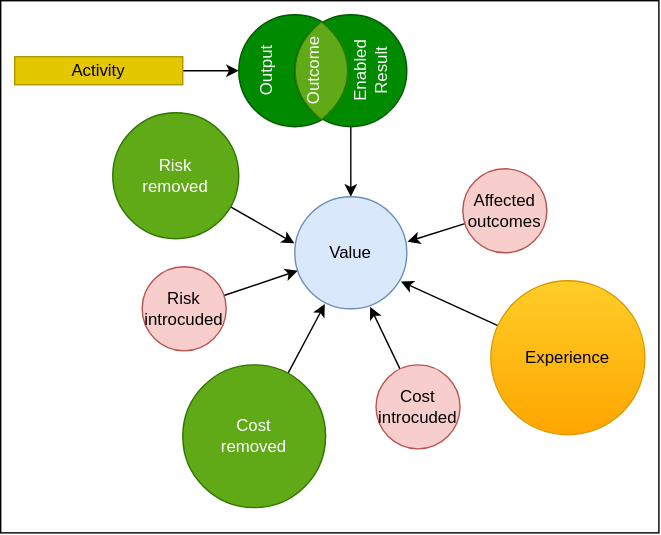
Before: 02. Service Management/Images/ITIL_Output_Outcome_Value.svg, a diagram exported from draw.io (EnProxima/Experience). Source tidied: cells renumbered, new cells last; positions are measured from the earlier drawing's top-left corner, leaving out a move shared by most shapes. The source it was exported from:
```xml
<mxGraphModel>
  <root>
    <mxCell id="0" />
    <mxCell id="1" parent="0" />
    <mxCell id="2" style="rounded=0;whiteSpace=wrap;html=1;fontColor=#FFFFFF;gradientColor=none;" parent="1" vertex="1">
      <mxGeometry width="470" height="380" as="geometry" />
    </mxCell>
    <mxCell id="3" style="edgeStyle=orthogonalEdgeStyle;rounded=0;jettySize=auto;html=1;" parent="1" edge="1" source="4">
      <mxGeometry relative="1" as="geometry">
        <mxPoint x="170" y="50" as="targetPoint" />
      </mxGeometry>
    </mxCell>
    <mxCell id="4" value="Activity" style="rounded=0;whiteSpace=wrap;html=1;fillColor=#e3c800;strokeColor=#B09500;fontColor=#000000;" parent="1" vertex="1">
      <mxGeometry x="10" y="40" width="120" height="20" as="geometry" />
    </mxCell>
    <mxCell id="5" style="ellipse;whiteSpace=wrap;html=1;fillColor=#008a00;strokeColor=#005700;fontColor=#ffffff;" parent="1" vertex="1">
      <mxGeometry x="170" y="10" width="80" height="80" as="geometry" />
    </mxCell>
    <mxCell id="6" style="edgeStyle=orthogonalEdgeStyle;rounded=0;jettySize=auto;html=1;exitX=0.5;exitY=1;exitDx=0;exitDy=0;entryX=0.5;entryY=0;entryDx=0;entryDy=0;" parent="1" edge="1" source="7" target="12">
      <mxGeometry relative="1" as="geometry" />
    </mxCell>
    <mxCell id="7" style="ellipse;whiteSpace=wrap;html=1;fillColor=#008a00;strokeColor=#005700;fontColor=#ffffff;" parent="1" vertex="1">
      <mxGeometry x="210" y="10" width="80" height="80" as="geometry" />
    </mxCell>
    <mxCell id="8" style="whiteSpace=wrap;html=1;shape=mxgraph.basic.pointed_oval;fillColor=#60a917;strokeColor=#2D7600;fontColor=#ffffff;" parent="1" vertex="1">
      <mxGeometry x="204" y="15" width="50" height="70" as="geometry" />
    </mxCell>
    <mxCell id="9" value="Output" style="text;html=1;align=center;verticalAlign=middle;whiteSpace=wrap;rounded=0;rotation=-90;fontColor=#FFFFFF;" parent="1" vertex="1">
      <mxGeometry x="170" y="40" width="40" height="20" as="geometry" />
    </mxCell>
    <mxCell id="10" value="Outcome" style="text;html=1;align=center;verticalAlign=middle;whiteSpace=wrap;rounded=0;rotation=-90;fontColor=#FFFFFF;" parent="1" vertex="1">
      <mxGeometry x="204" y="40" width="40" height="20" as="geometry" />
    </mxCell>
    <mxCell id="11" value="Enabled Result" style="text;html=1;align=center;verticalAlign=middle;whiteSpace=wrap;rounded=0;rotation=-90;fontColor=#FFFFFF;" parent="1" vertex="1">
      <mxGeometry x="244" y="40" width="40" height="20" as="geometry" />
    </mxCell>
    <mxCell id="12" value="Value" style="ellipse;whiteSpace=wrap;html=1;fillColor=#dae8fc;strokeColor=#6c8ebf;" parent="1" vertex="1">
      <mxGeometry x="210" y="140" width="80" height="80" as="geometry" />
    </mxCell>
    <mxCell id="13" style="edgeStyle=none;rounded=0;jettySize=auto;html=1;entryX=-0.004;entryY=0.415;entryDx=0;entryDy=0;entryPerimeter=0;" parent="1" edge="1" source="14" target="12">
      <mxGeometry relative="1" as="geometry" />
    </mxCell>
    <mxCell id="14" value="Risk &lt;br&gt;removed" style="ellipse;whiteSpace=wrap;html=1;fillColor=#60a917;strokeColor=#2D7600;fontColor=#ffffff;" parent="1" vertex="1">
      <mxGeometry x="80" y="80" width="90" height="90" as="geometry" />
    </mxCell>
    <mxCell id="15" style="edgeStyle=none;rounded=0;jettySize=auto;html=1;" parent="1" edge="1" source="16" target="12">
      <mxGeometry relative="1" as="geometry" />
    </mxCell>
    <mxCell id="16" value="Risk &lt;br&gt;introcuded" style="ellipse;whiteSpace=wrap;html=1;fillColor=#f8cecc;strokeColor=#b85450;" parent="1" vertex="1">
      <mxGeometry x="101" y="190" width="60" height="60" as="geometry" />
    </mxCell>
    <mxCell id="17" style="edgeStyle=none;rounded=0;jettySize=auto;html=1;entryX=0.673;entryY=0.982;entryDx=0;entryDy=0;entryPerimeter=0;" parent="1" edge="1" source="18" target="12">
      <mxGeometry relative="1" as="geometry" />
    </mxCell>
    <mxCell id="18" value="Cost&lt;br&gt;introcuded" style="ellipse;whiteSpace=wrap;html=1;fillColor=#f8cecc;strokeColor=#b85450;" parent="1" vertex="1">
      <mxGeometry x="268" y="260" width="60" height="60" as="geometry" />
    </mxCell>
    <mxCell id="19" style="edgeStyle=none;rounded=0;jettySize=auto;html=1;entryX=0.268;entryY=0.958;entryDx=0;entryDy=0;entryPerimeter=0;" parent="1" edge="1" source="20" target="12">
      <mxGeometry relative="1" as="geometry" />
    </mxCell>
    <mxCell id="20" value="Cost&lt;br&gt;removed" style="ellipse;whiteSpace=wrap;html=1;fillColor=#60a917;strokeColor=#2D7600;fontColor=#ffffff;" parent="1" vertex="1">
      <mxGeometry x="130" y="260" width="102" height="102" as="geometry" />
    </mxCell>
    <mxCell id="21" style="edgeStyle=none;rounded=0;jettySize=auto;html=1;entryX=1.006;entryY=0.401;entryDx=0;entryDy=0;entryPerimeter=0;" parent="1" edge="1" source="22" target="12">
      <mxGeometry relative="1" as="geometry" />
    </mxCell>
    <mxCell id="22" value="Affected outcomes" style="ellipse;whiteSpace=wrap;html=1;fillColor=#f8cecc;strokeColor=#b85450;" parent="1" vertex="1">
      <mxGeometry x="330" y="120" width="60" height="60" as="geometry" />
    </mxCell>
    <mxCell id="23" style="edgeStyle=none;rounded=0;jettySize=auto;html=1;entryX=0.947;entryY=0.756;entryDx=0;entryDy=0;entryPerimeter=0;fontColor=#FFFFFF;" parent="1" edge="1" source="24" target="12">
      <mxGeometry relative="1" as="geometry" />
    </mxCell>
    <mxCell id="24" value="Experience" style="ellipse;whiteSpace=wrap;html=1;fillColor=#ffcd28;strokeColor=#d79b00;gradientColor=#ffa500;" parent="1" vertex="1">
      <mxGeometry x="350" y="200" width="110" height="110" as="geometry" />
    </mxCell>
  </root>
</mxGraphModel>
```
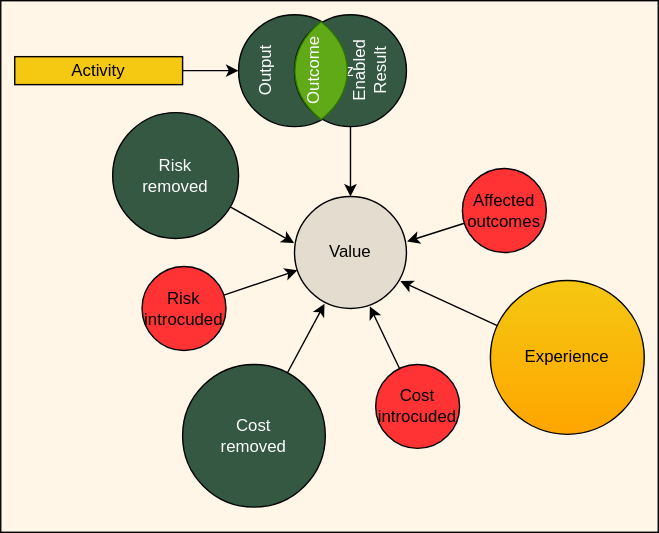
The same file after the commit.

The edit, as a diff of the source:
```diff
@@ -2,7 +2,7 @@
   <root>
     <mxCell id="0" />
     <mxCell id="1" parent="0" />
-    <mxCell id="2" style="rounded=0;whiteSpace=wrap;html=1;fontColor=#FFFFFF;gradientColor=none;" parent="1" vertex="1">
+    <mxCell id="2" style="rounded=0;whiteSpace=wrap;html=1;fontColor=#FFFFFF;gradientColor=none;fillColor=#FFF6E8;" parent="1" vertex="1">
       <mxGeometry width="470" height="380" as="geometry" />
     </mxCell>
     <mxCell id="3" style="edgeStyle=orthogonalEdgeStyle;rounded=0;jettySize=auto;html=1;" parent="1" edge="1" source="4">
@@ -10,16 +10,16 @@
         <mxPoint x="170" y="50" as="targetPoint" />
       </mxGeometry>
     </mxCell>
-    <mxCell id="4" value="Activity" style="rounded=0;whiteSpace=wrap;html=1;fillColor=#e3c800;strokeColor=#B09500;fontColor=#000000;" parent="1" vertex="1">
+    <mxCell id="4" value="Activity" style="rounded=0;whiteSpace=wrap;html=1;fontColor=#000000;fillColor=#F5C812;" parent="1" vertex="1">
       <mxGeometry x="10" y="40" width="120" height="20" as="geometry" />
     </mxCell>
-    <mxCell id="5" style="ellipse;whiteSpace=wrap;html=1;fillColor=#008a00;strokeColor=#005700;fontColor=#ffffff;" parent="1" vertex="1">
+    <mxCell id="5" style="ellipse;whiteSpace=wrap;html=1;fontColor=#ffffff;fillColor=#345841;" parent="1" vertex="1">
       <mxGeometry x="170" y="10" width="80" height="80" as="geometry" />
     </mxCell>
     <mxCell id="6" style="edgeStyle=orthogonalEdgeStyle;rounded=0;jettySize=auto;html=1;exitX=0.5;exitY=1;exitDx=0;exitDy=0;entryX=0.5;entryY=0;entryDx=0;entryDy=0;" parent="1" edge="1" source="7" target="12">
       <mxGeometry relative="1" as="geometry" />
     </mxCell>
-    <mxCell id="7" style="ellipse;whiteSpace=wrap;html=1;fillColor=#008a00;strokeColor=#005700;fontColor=#ffffff;" parent="1" vertex="1">
+    <mxCell id="7" value="z" style="ellipse;whiteSpace=wrap;html=1;fontColor=#ffffff;fillColor=#345841;" parent="1" vertex="1">
       <mxGeometry x="210" y="10" width="80" height="80" as="geometry" />
     </mxCell>
     <mxCell id="8" style="whiteSpace=wrap;html=1;shape=mxgraph.basic.pointed_oval;fillColor=#60a917;strokeColor=#2D7600;fontColor=#ffffff;" parent="1" vertex="1">
@@ -34,43 +34,43 @@
     <mxCell id="11" value="Enabled Result" style="text;html=1;align=center;verticalAlign=middle;whiteSpace=wrap;rounded=0;rotation=-90;fontColor=#FFFFFF;" parent="1" vertex="1">
       <mxGeometry x="244" y="40" width="40" height="20" as="geometry" />
     </mxCell>
-    <mxCell id="12" value="Value" style="ellipse;whiteSpace=wrap;html=1;fillColor=#dae8fc;strokeColor=#6c8ebf;" parent="1" vertex="1">
+    <mxCell id="12" value="Value" style="ellipse;whiteSpace=wrap;html=1;fillColor=#E4DCCF;" parent="1" vertex="1">
       <mxGeometry x="210" y="140" width="80" height="80" as="geometry" />
     </mxCell>
     <mxCell id="13" style="edgeStyle=none;rounded=0;jettySize=auto;html=1;entryX=-0.004;entryY=0.415;entryDx=0;entryDy=0;entryPerimeter=0;" parent="1" edge="1" source="14" target="12">
       <mxGeometry relative="1" as="geometry" />
     </mxCell>
-    <mxCell id="14" value="Risk &lt;br&gt;removed" style="ellipse;whiteSpace=wrap;html=1;fillColor=#60a917;strokeColor=#2D7600;fontColor=#ffffff;" parent="1" vertex="1">
+    <mxCell id="14" value="Risk &lt;br&gt;removed" style="ellipse;whiteSpace=wrap;html=1;fontColor=#ffffff;fillColor=#345841;" parent="1" vertex="1">
       <mxGeometry x="80" y="80" width="90" height="90" as="geometry" />
     </mxCell>
     <mxCell id="15" style="edgeStyle=none;rounded=0;jettySize=auto;html=1;" parent="1" edge="1" source="16" target="12">
       <mxGeometry relative="1" as="geometry" />
     </mxCell>
-    <mxCell id="16" value="Risk &lt;br&gt;introcuded" style="ellipse;whiteSpace=wrap;html=1;fillColor=#f8cecc;strokeColor=#b85450;" parent="1" vertex="1">
+    <mxCell id="16" value="Risk &lt;br&gt;introcuded" style="ellipse;whiteSpace=wrap;html=1;fillColor=#FF3333;" parent="1" vertex="1">
       <mxGeometry x="101" y="190" width="60" height="60" as="geometry" />
     </mxCell>
     <mxCell id="17" style="edgeStyle=none;rounded=0;jettySize=auto;html=1;entryX=0.673;entryY=0.982;entryDx=0;entryDy=0;entryPerimeter=0;" parent="1" edge="1" source="18" target="12">
       <mxGeometry relative="1" as="geometry" />
     </mxCell>
-    <mxCell id="18" value="Cost&lt;br&gt;introcuded" style="ellipse;whiteSpace=wrap;html=1;fillColor=#f8cecc;strokeColor=#b85450;" parent="1" vertex="1">
+    <mxCell id="18" value="Cost&lt;br&gt;introcuded" style="ellipse;whiteSpace=wrap;html=1;fillColor=#FF3333;" parent="1" vertex="1">
       <mxGeometry x="268" y="260" width="60" height="60" as="geometry" />
     </mxCell>
     <mxCell id="19" style="edgeStyle=none;rounded=0;jettySize=auto;html=1;entryX=0.268;entryY=0.958;entryDx=0;entryDy=0;entryPerimeter=0;" parent="1" edge="1" source="20" target="12">
       <mxGeometry relative="1" as="geometry" />
     </mxCell>
-    <mxCell id="20" value="Cost&lt;br&gt;removed" style="ellipse;whiteSpace=wrap;html=1;fillColor=#60a917;strokeColor=#2D7600;fontColor=#ffffff;" parent="1" vertex="1">
+    <mxCell id="20" value="Cost&lt;br&gt;removed" style="ellipse;whiteSpace=wrap;html=1;fontColor=#ffffff;fillColor=#345841;" parent="1" vertex="1">
       <mxGeometry x="130" y="260" width="102" height="102" as="geometry" />
     </mxCell>
     <mxCell id="21" style="edgeStyle=none;rounded=0;jettySize=auto;html=1;entryX=1.006;entryY=0.401;entryDx=0;entryDy=0;entryPerimeter=0;" parent="1" edge="1" source="22" target="12">
       <mxGeometry relative="1" as="geometry" />
     </mxCell>
-    <mxCell id="22" value="Affected outcomes" style="ellipse;whiteSpace=wrap;html=1;fillColor=#f8cecc;strokeColor=#b85450;" parent="1" vertex="1">
+    <mxCell id="22" value="Affected outcomes" style="ellipse;whiteSpace=wrap;html=1;fillColor=#FF3333;" parent="1" vertex="1">
       <mxGeometry x="330" y="120" width="60" height="60" as="geometry" />
     </mxCell>
     <mxCell id="23" style="edgeStyle=none;rounded=0;jettySize=auto;html=1;entryX=0.947;entryY=0.756;entryDx=0;entryDy=0;entryPerimeter=0;fontColor=#FFFFFF;" parent="1" edge="1" source="24" target="12">
       <mxGeometry relative="1" as="geometry" />
     </mxCell>
-    <mxCell id="24" value="Experience" style="ellipse;whiteSpace=wrap;html=1;fillColor=#ffcd28;strokeColor=#d79b00;gradientColor=#ffa500;" parent="1" vertex="1">
+    <mxCell id="24" value="Experience" style="ellipse;whiteSpace=wrap;html=1;gradientColor=#ffa500;fillColor=#F5C812;" parent="1" vertex="1">
       <mxGeometry x="350" y="200" width="110" height="110" as="geometry" />
     </mxCell>
   </root>
```
